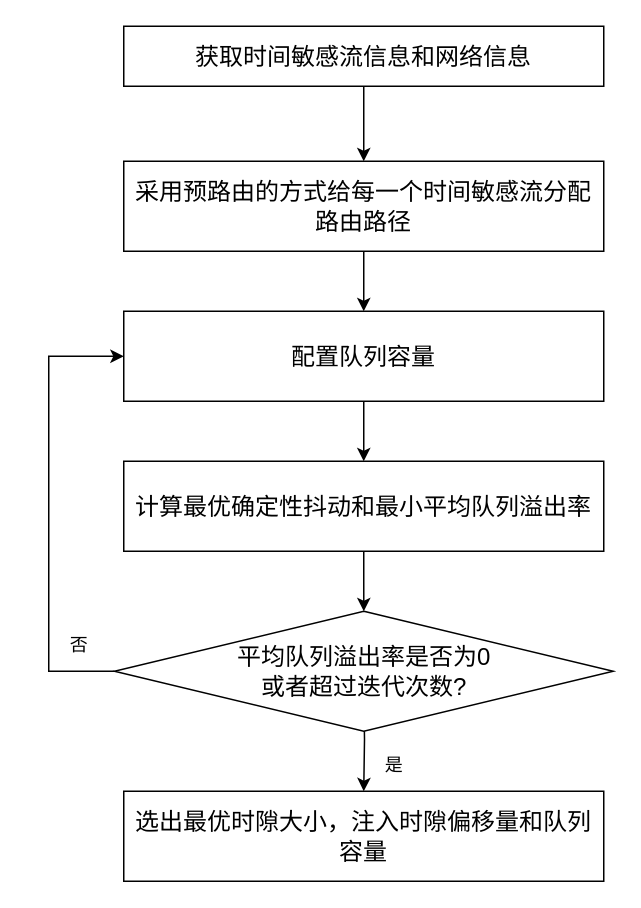
Before: 专利.drawio in AliChen0731/First, a draw.io diagram. Source tidied: cells renumbered, new cells numbered last; positions are measured from the earlier drawing's top-left corner, leaving out a move shared by most shapes. Both pictures are drawn from the tidied source at 150%, with x=0, y=0 at pixel (48, 26).
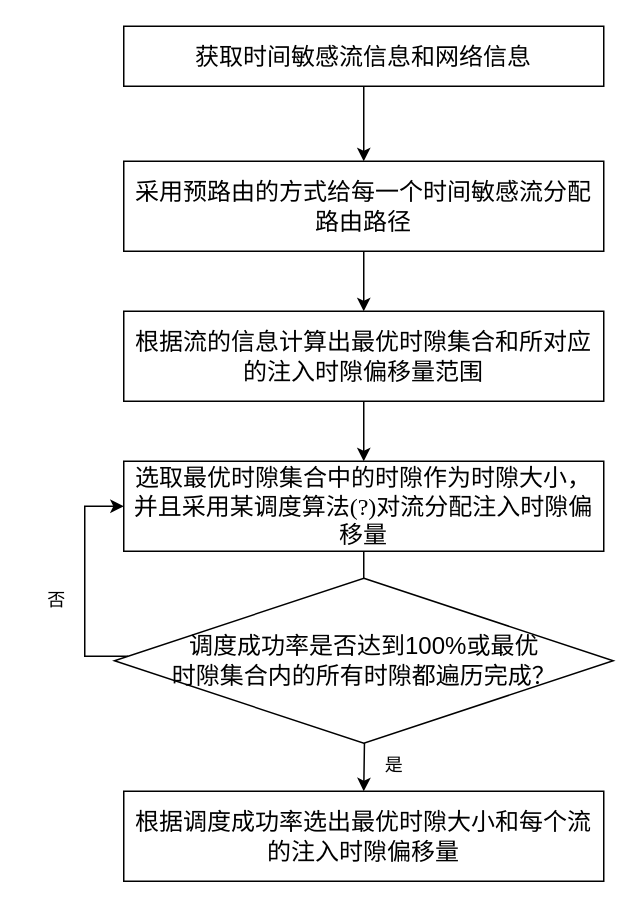
The same diagram, later.

The edit, as a diff of the source:
```diff
@@
 <mxGraphModel>
   <root>
     <mxCell id="0" />
     <mxCell id="1" parent="0" />
     <mxCell id="2" style="edgeStyle=orthogonalEdgeStyle;rounded=0;jettySize=auto;html=1;" parent="1" edge="1" source="3" target="5">
       <mxGeometry relative="1" as="geometry" />
     </mxCell>
     <mxCell id="3" value="&lt;font face=&quot;Times New Roman&quot; style=&quot;font-size: 16px;&quot;&gt;获取时间敏感流信息和网络信息&lt;/font&gt;" style="rounded=0;whiteSpace=wrap;html=1;" parent="1" vertex="1">
       <mxGeometry x="50" width="320" height="40" as="geometry" />
     </mxCell>
     <mxCell id="4" style="edgeStyle=orthogonalEdgeStyle;rounded=0;jettySize=auto;html=1;" parent="1" edge="1" source="5" target="7">
       <mxGeometry relative="1" as="geometry" />
     </mxCell>
     <mxCell id="5" value="&lt;font face=&quot;Times New Roman&quot; style=&quot;font-size: 16px;&quot;&gt;采用预路由的方式给每一个时间敏感流分配路由路径&lt;/font&gt;" style="whiteSpace=wrap;html=1;rounded=0;" parent="1" vertex="1">
       <mxGeometry x="50" y="90" width="320" height="60" as="geometry" />
     </mxCell>
     <mxCell id="6" style="edgeStyle=orthogonalEdgeStyle;rounded=0;jettySize=auto;html=1;" parent="1" edge="1" source="7" target="9">
       <mxGeometry relative="1" as="geometry" />
     </mxCell>
-    <mxCell id="7" value="&lt;font face=&quot;Times New Roman&quot; style=&quot;font-size: 16px;&quot;&gt;配置队列容量&lt;/font&gt;" style="whiteSpace=wrap;html=1;rounded=0;" parent="1" vertex="1">
+    <mxCell id="7" value="&lt;font face=&quot;Times New Roman&quot; style=&quot;font-size: 16px;&quot;&gt;根据流的信息计算出最优时隙集合和所对应的注入时隙偏移量范围&lt;/font&gt;" style="whiteSpace=wrap;html=1;rounded=0;" parent="1" vertex="1">
       <mxGeometry x="50" y="190" width="320" height="60" as="geometry" />
     </mxCell>
     <mxCell id="8" style="edgeStyle=orthogonalEdgeStyle;rounded=0;jettySize=auto;html=1;entryX=0.5;entryY=0;entryDx=0;entryDy=0;" parent="1" edge="1" source="9" target="13">
       <mxGeometry relative="1" as="geometry" />
     </mxCell>
-    <mxCell id="9" value="&lt;font face=&quot;Times New Roman&quot; style=&quot;font-size: 16px;&quot;&gt;计算最优确定性抖动和最小平均队列溢出率&lt;/font&gt;" style="whiteSpace=wrap;html=1;rounded=0;" parent="1" vertex="1">
+    <mxCell id="9" value="&lt;font face=&quot;Times New Roman&quot;&gt;&lt;span style=&quot;font-size: 16px;&quot;&gt;选取最优时隙集合中的时隙作为时隙大小，并且采用某调度算法(?)对流分配注入时隙偏移量&lt;/span&gt;&lt;/font&gt;" style="whiteSpace=wrap;html=1;rounded=0;" parent="1" vertex="1">
       <mxGeometry x="50" y="290" width="320" height="60" as="geometry" />
     </mxCell>
     <mxCell id="10" style="edgeStyle=orthogonalEdgeStyle;rounded=0;jettySize=auto;html=1;" parent="1" edge="1" target="11">
       <mxGeometry relative="1" as="geometry">
         <mxPoint x="210" y="440" as="sourcePoint" />
       </mxGeometry>
     </mxCell>
-    <mxCell id="11" value="&lt;font face=&quot;Times New Roman&quot;&gt;&lt;span style=&quot;font-size: 16px;&quot;&gt;选出最优时隙大小，注入时隙偏移量和队列容量&lt;/span&gt;&lt;/font&gt;" style="whiteSpace=wrap;html=1;rounded=0;" parent="1" vertex="1">
+    <mxCell id="11" value="&lt;font face=&quot;Times New Roman&quot;&gt;&lt;span style=&quot;font-size: 16px;&quot;&gt;根据调度成功率选出最优时隙大小和每个流的注入时隙偏移量&lt;/span&gt;&lt;/font&gt;" style="whiteSpace=wrap;html=1;rounded=0;" parent="1" vertex="1">
       <mxGeometry x="50" y="510" width="320" height="60" as="geometry" />
     </mxCell>
-    <mxCell id="12" style="edgeStyle=orthogonalEdgeStyle;rounded=0;jettySize=auto;html=1;exitX=0;exitY=0.5;exitDx=0;exitDy=0;entryX=0;entryY=0.5;entryDx=0;entryDy=0;" parent="1" edge="1" source="13" target="7">
-      <mxGeometry relative="1" as="geometry">
-        <Array as="points">
-          <mxPoint y="430" />
-          <mxPoint y="220" />
-        </Array>
-      </mxGeometry>
-    </mxCell>
+    <mxCell id="16" style="edgeStyle=orthogonalEdgeStyle;rounded=0;jettySize=auto;html=1;entryX=0;entryY=0.5;entryDx=0;entryDy=0;" parent="1" edge="1" source="13" target="9">
+      <mxGeometry relative="1" as="geometry">
+        <Array as="points">
+          <mxPoint x="24" y="420" />
+          <mxPoint x="24" y="320" />
+        </Array>
+      </mxGeometry>
+    </mxCell>
-    <mxCell id="13" value="&lt;font style=&quot;font-size: 16px;&quot;&gt;平均队列溢出率是否为0&lt;br&gt;或者超过迭代次数?&lt;br&gt;&lt;/font&gt;" style="rhombus;whiteSpace=wrap;html=1;" parent="1" vertex="1">
-      <mxGeometry x="43.8" y="390" width="332.5" height="80" as="geometry" />
+    <mxCell id="13" value="&lt;font style=&quot;font-size: 16px;&quot;&gt;调度成功率是否达到100%或最优&lt;br&gt;时隙集合内的所有时隙都遍历完成？&lt;br&gt;&lt;/font&gt;" style="rhombus;whiteSpace=wrap;html=1;" parent="1" vertex="1">
+      <mxGeometry x="43.8" y="368" width="332.5" height="110" as="geometry" />
     </mxCell>
+    <mxCell id="15" value="是" style="text;html=1;align=center;verticalAlign=middle;strokeColor=none;fillColor=none;" parent="1" vertex="1">
+      <mxGeometry x="210" y="478" width="40" height="30" as="geometry" />
+    </mxCell>
     <mxCell id="14" value="否" style="text;html=1;align=center;verticalAlign=middle;strokeColor=none;fillColor=none;" parent="1" vertex="1">
-      <mxGeometry y="398" width="40" height="30" as="geometry" />
+      <mxGeometry x="-15" y="368" width="40" height="30" as="geometry" />
     </mxCell>
-    <mxCell id="15" value="是" style="text;html=1;align=center;verticalAlign=middle;strokeColor=none;fillColor=none;" parent="1" vertex="1">
-      <mxGeometry x="210" y="478" width="40" height="30" as="geometry" />
-    </mxCell>
   </root>
 </mxGraphModel>
```
